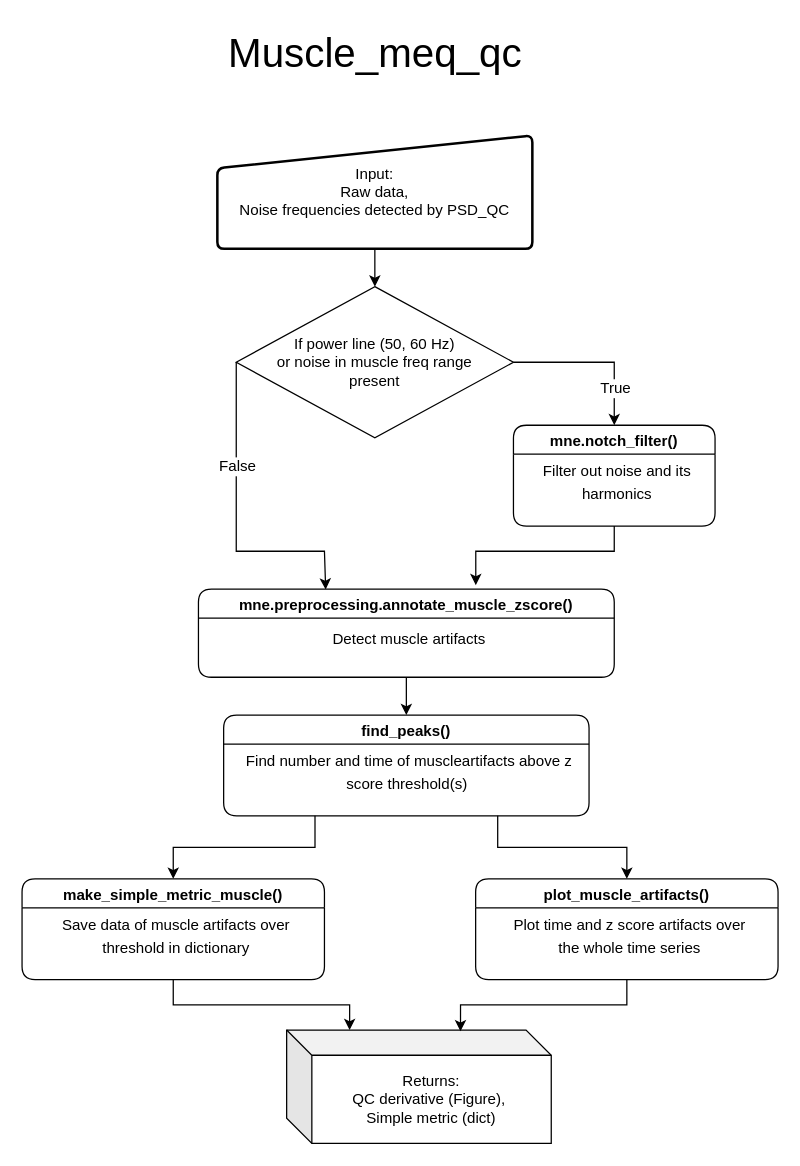
Above: docs and diagrams/Muscle_UML_fin2.drawio in oldgandalf/MEGqcJorge (draw.io), before the change. Source tidied: cells renumbered, new cells numbered last; positions are measured from the earlier drawing's top-left corner, leaving out a move shared by most shapes. Both pictures are drawn from the tidied source at 126%, with x=0, y=0 at pixel (21, 21).
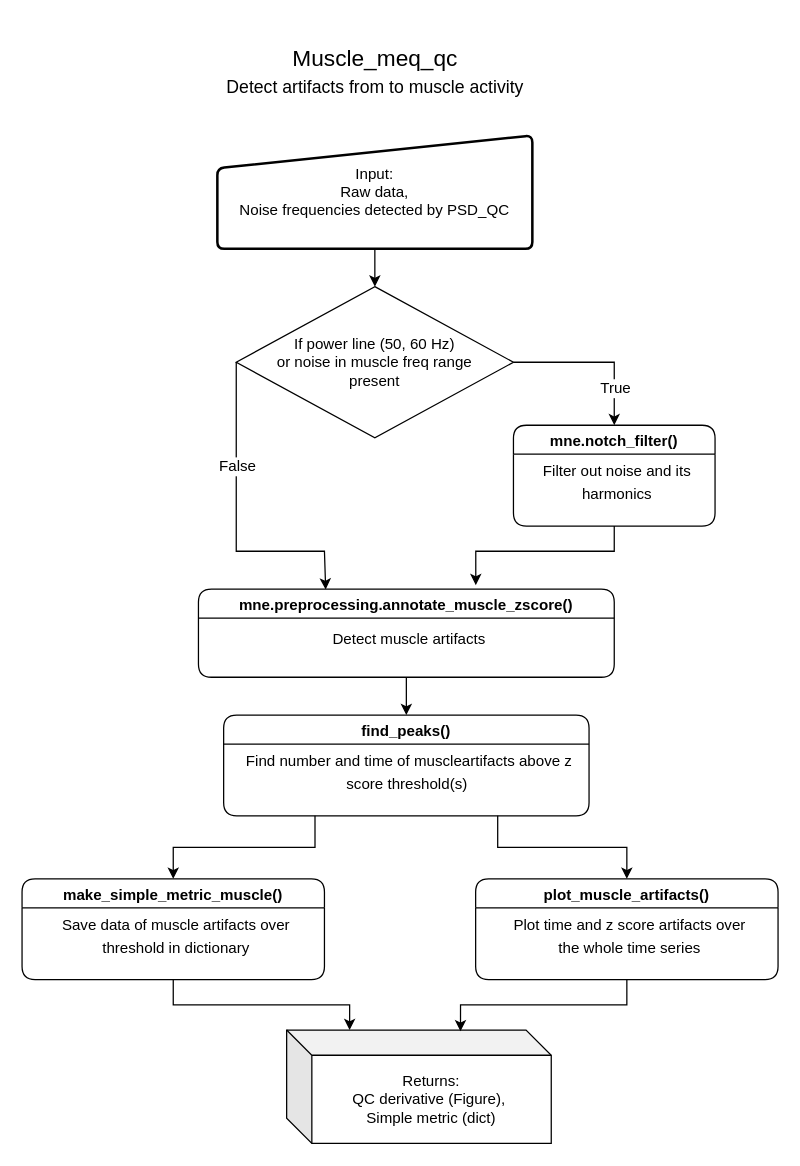
After the change.

The edit, as a diff of the source:
```diff
@@
-    <mxCell id="2" value="&lt;font style=&quot;font-size: 32px;&quot;&gt;Muscle_meq_qc&lt;/font&gt;" style="text;html=1;align=center;verticalAlign=middle;strokeColor=none;fillColor=none;fontSize=18;fontFamily=Helvetica;" parent="1" vertex="1">
-      <mxGeometry x="150" width="260" height="50" as="geometry" />
+    <mxCell id="2" value="&lt;font style=&quot;&quot;&gt;Muscle_meq_qc&lt;br&gt;&lt;font style=&quot;font-size: 14px;&quot;&gt;Detect artifacts from to muscle activity&lt;/font&gt;&lt;br&gt;&lt;/font&gt;" style="text;html=1;align=center;verticalAlign=middle;strokeColor=none;fillColor=none;fontSize=18;fontFamily=Helvetica;" parent="1" vertex="1">
+      <mxGeometry x="150" y="10" width="260" height="60" as="geometry" />
     </mxCell>
```
